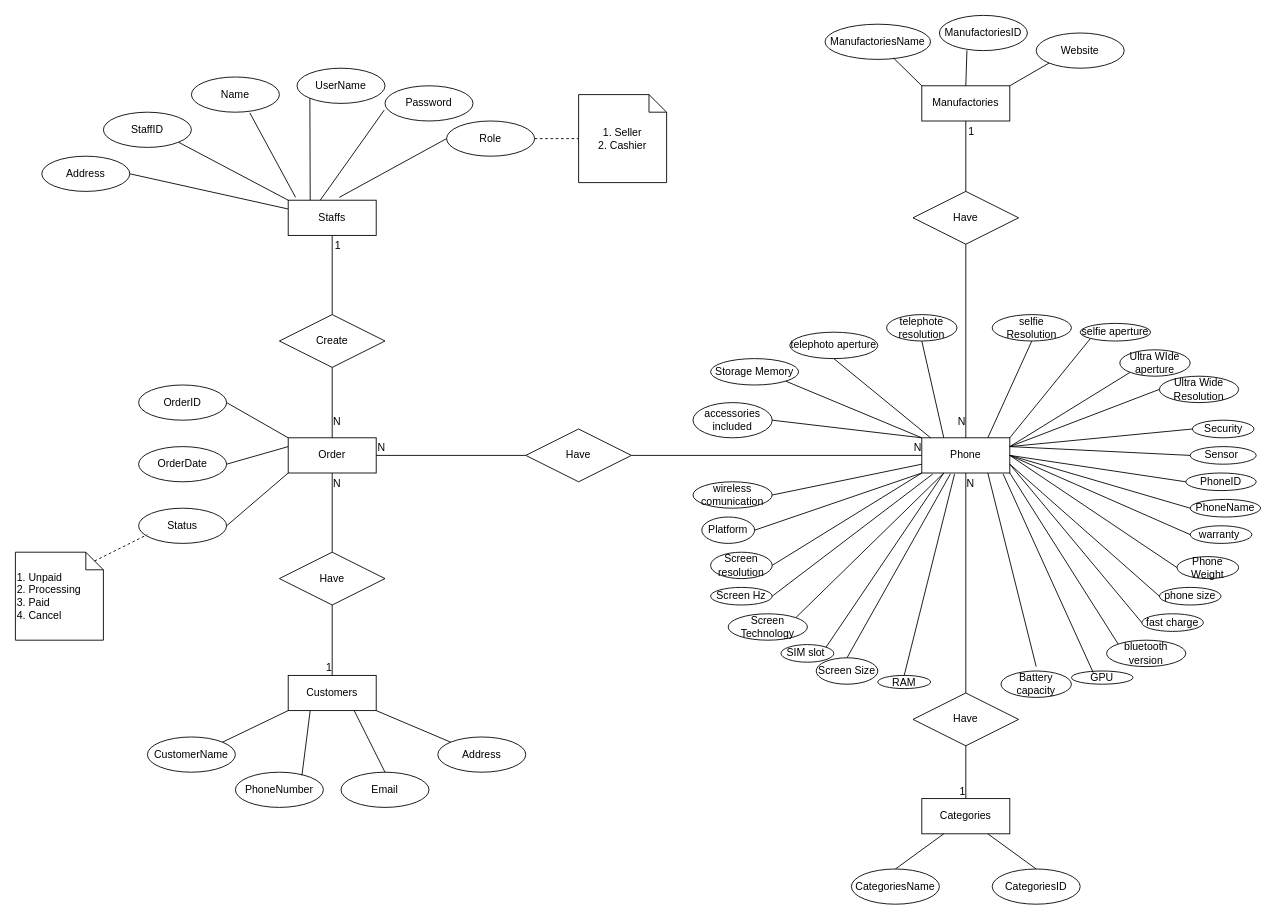
Earlier version of the draw.io diagram page "ERD Concept" (3 of 5) of Phonestore.drawio (anhdat2001d/Project-1). Source tidied: cells renumbered, new cells numbered last; positions are measured from the earlier drawing's top-left corner, leaving out a move shared by most shapes. Both pictures are drawn from the tidied source at 88%, with x=0, y=0 at pixel (15, 15).
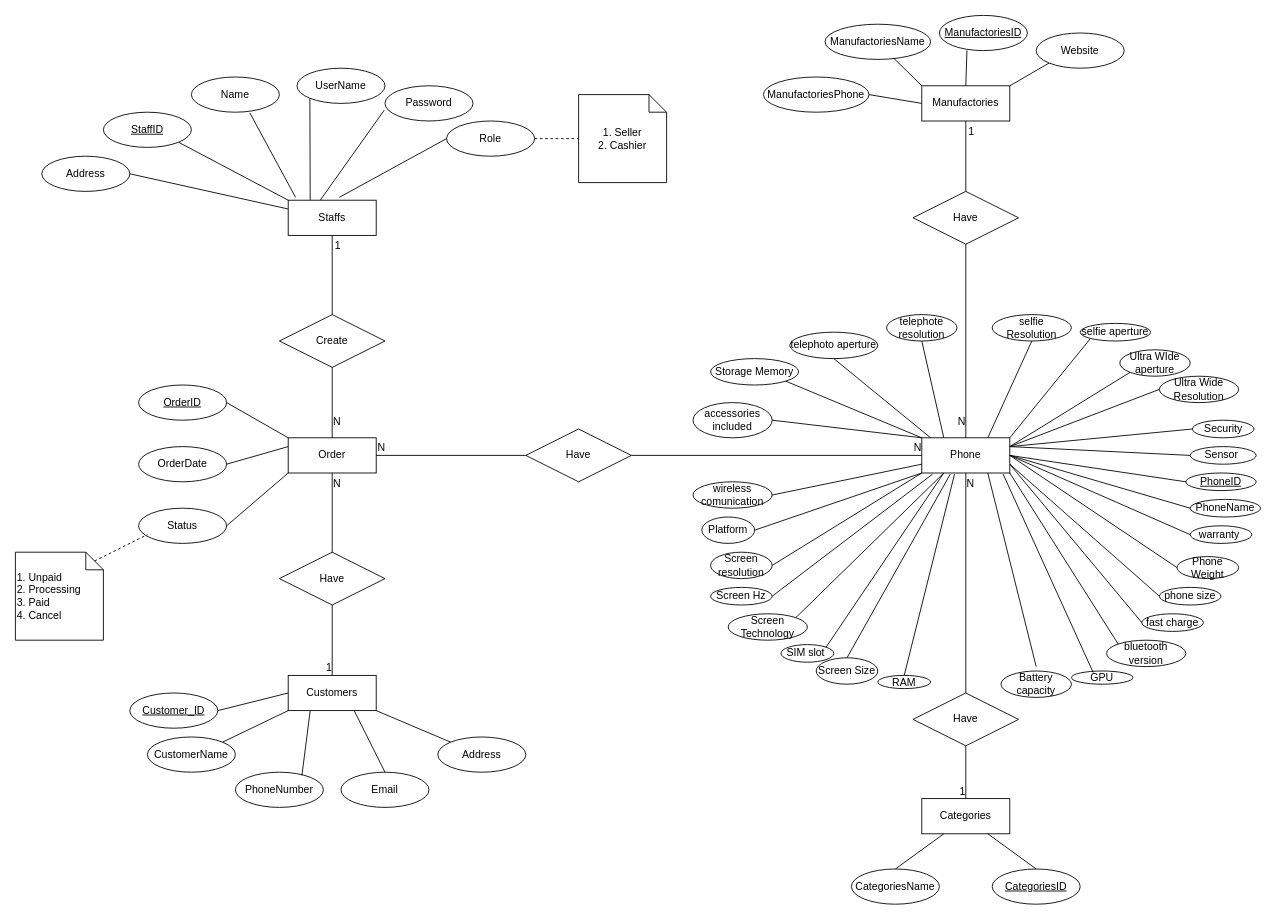
The same page after the edit.

The change refers to these unchanged cells:
```xml
<mxCell id="2" value="Customers" style="whiteSpace=wrap;html=1;align=center;" parent="1" vertex="1">
  <mxGeometry x="310" y="750" width="100" height="40" as="geometry" />
</mxCell>
<mxCell id="5" value="Manufactories" style="whiteSpace=wrap;html=1;align=center;" parent="1" vertex="1">
  <mxGeometry x="1030" y="80" width="100" height="40" as="geometry" />
</mxCell>
```

What changed in the source:
```diff
@@
-    <mxCell id="12" value="StaffID" style="ellipse;whiteSpace=wrap;html=1;align=center;" parent="1" vertex="1">
+    <mxCell id="12" value="StaffID" style="ellipse;whiteSpace=wrap;html=1;align=center;fontStyle=4;" parent="1" vertex="1">
       <mxGeometry x="100" y="110" width="100" height="40" as="geometry" />
     </mxCell>
@@
-    <mxCell id="20" value="CategoriesID" style="ellipse;whiteSpace=wrap;html=1;align=center;" parent="1" vertex="1">
+    <mxCell id="20" value="CategoriesID" style="ellipse;whiteSpace=wrap;html=1;align=center;fontStyle=4;" parent="1" vertex="1">
       <mxGeometry x="1110" y="970" width="100" height="40" as="geometry" />
     </mxCell>
@@
-    <mxCell id="22" value="ManufactoriesID" style="ellipse;whiteSpace=wrap;html=1;align=center;" parent="1" vertex="1">
+    <mxCell id="22" value="ManufactoriesID" style="ellipse;whiteSpace=wrap;html=1;align=center;fontStyle=4;" parent="1" vertex="1">
       <mxGeometry x="1050" width="100" height="40" as="geometry" />
     </mxCell>
@@
-    <mxCell id="24" value="PhoneID" style="ellipse;whiteSpace=wrap;html=1;align=center;" parent="1" vertex="1">
+    <mxCell id="24" value="PhoneID" style="ellipse;whiteSpace=wrap;html=1;align=center;fontStyle=4;" parent="1" vertex="1">
       <mxGeometry x="1330" y="520" width="80" height="20" as="geometry" />
     </mxCell>
@@
-    <mxCell id="51" value="OrderID" style="ellipse;whiteSpace=wrap;html=1;align=center;" parent="1" vertex="1">
+    <mxCell id="51" value="OrderID" style="ellipse;whiteSpace=wrap;html=1;align=center;fontStyle=4;" parent="1" vertex="1">
       <mxGeometry x="140" y="420" width="100" height="40" as="geometry" />
     </mxCell>
@@
+    <mxCell id="128" value="&lt;u&gt;Customer_ID&lt;/u&gt;" style="ellipse;whiteSpace=wrap;html=1;align=center;" parent="1" vertex="1">
+      <mxGeometry x="130" y="770" width="100" height="40" as="geometry" />
+    </mxCell>
+    <mxCell id="129" style="endArrow=none;html=1;rounded=0;entryX=0;entryY=0.5;entryDx=0;entryDy=0;exitX=1;exitY=0.5;exitDx=0;exitDy=0;" parent="1" edge="1" source="128" target="2">
+      <mxGeometry relative="1" as="geometry" />
+    </mxCell>
+    <mxCell id="130" value="ManufactoriesPhone" style="ellipse;whiteSpace=wrap;html=1;align=center;" parent="1" vertex="1">
+      <mxGeometry x="850" y="70" width="120" height="40" as="geometry" />
+    </mxCell>
+    <mxCell id="131" style="endArrow=none;html=1;rounded=0;entryX=1;entryY=0.5;entryDx=0;entryDy=0;exitX=0;exitY=0.5;exitDx=0;exitDy=0;" parent="1" edge="1" source="5" target="130">
+      <mxGeometry relative="1" as="geometry" />
+    </mxCell>
```
